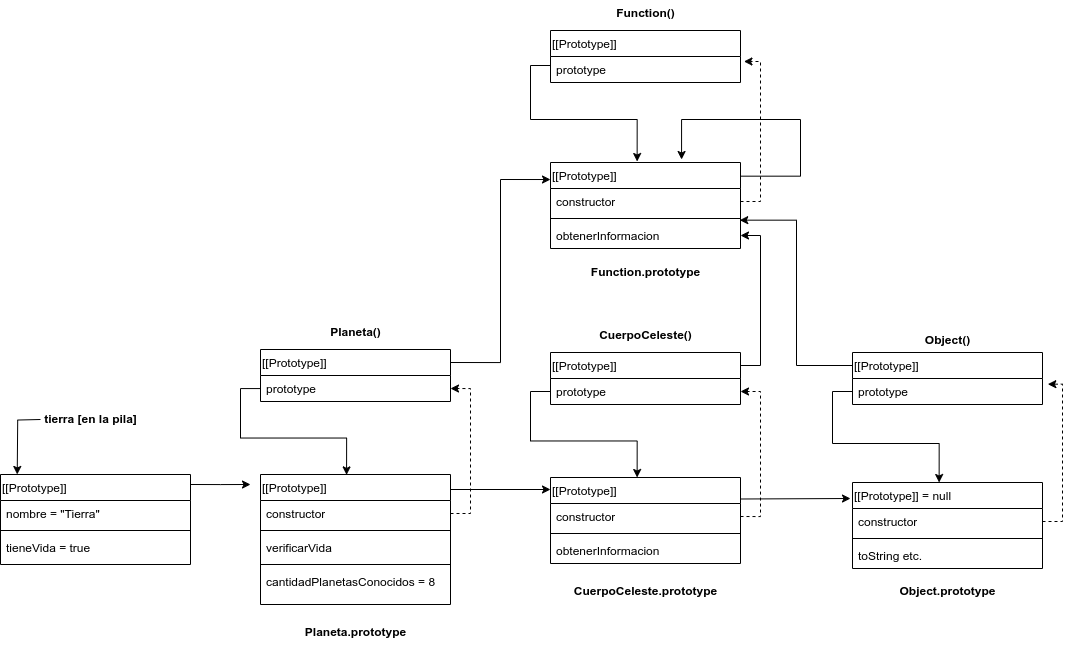
Before: docs/pages/_static/img/planetas-prototipos.png, a diagram exported from draw.io (jaspock/dai2324). Source tidied: cells renumbered, new cells last; positions are measured from the earlier drawing's top-left corner, leaving out a move shared by most shapes. Source of this version:
```xml
<mxGraphModel>
  <root>
    <mxCell id="0" />
    <mxCell id="1" parent="0" />
    <mxCell id="2" style="edgeStyle=orthogonalEdgeStyle;rounded=0;jettySize=auto;html=1;exitX=0.996;exitY=0.111;exitDx=0;exitDy=0;exitPerimeter=0;" parent="1" edge="1" source="3">
      <mxGeometry relative="1" as="geometry">
        <mxPoint x="250" y="484" as="targetPoint" />
      </mxGeometry>
    </mxCell>
    <mxCell id="3" value="&lt;span style=&quot;font-weight: normal;&quot;&gt;[[Prototype]]&lt;/span&gt;" style="swimlane;fontStyle=1;align=left;verticalAlign=top;horizontal=1;startSize=26;whiteSpace=wrap;html=1;" parent="1" vertex="1">
      <mxGeometry y="474" width="190" height="90" as="geometry" />
    </mxCell>
    <mxCell id="4" value="nombre = &quot;Tierra&quot;" style="text;strokeColor=none;fillColor=none;align=left;verticalAlign=top;spacingLeft=4;spacingRight=4;overflow=hidden;whiteSpace=wrap;html=1;" parent="3" vertex="1">
      <mxGeometry y="26" width="190" height="26" as="geometry" />
    </mxCell>
    <mxCell id="5" style="line;strokeWidth=1;fillColor=none;align=left;verticalAlign=middle;spacingTop=-1;spacingLeft=3;spacingRight=3;labelPosition=right;strokeColor=inherit;" parent="3" vertex="1">
      <mxGeometry y="52" width="190" height="8" as="geometry" />
    </mxCell>
    <mxCell id="6" value="tieneVida = true" style="text;strokeColor=none;fillColor=none;align=left;verticalAlign=top;spacingLeft=4;spacingRight=4;overflow=hidden;whiteSpace=wrap;html=1;" parent="3" vertex="1">
      <mxGeometry y="60" width="190" height="30" as="geometry" />
    </mxCell>
    <mxCell id="7" value="&lt;span style=&quot;font-weight: normal;&quot;&gt;[[Prototype]]&lt;/span&gt;" style="swimlane;fontStyle=1;align=left;verticalAlign=top;horizontal=1;startSize=26;whiteSpace=wrap;html=1;" parent="1" vertex="1">
      <mxGeometry x="260" y="474" width="190" height="130" as="geometry" />
    </mxCell>
    <mxCell id="8" value="constructor" style="text;strokeColor=none;fillColor=none;align=left;verticalAlign=top;spacingLeft=4;spacingRight=4;overflow=hidden;points=[[0,0.5],[1,0.5]];portConstraint=eastwest;whiteSpace=wrap;html=1;" parent="7" vertex="1">
      <mxGeometry y="26" width="190" height="26" as="geometry" />
    </mxCell>
    <mxCell id="9" style="line;strokeWidth=1;fillColor=none;align=left;verticalAlign=middle;spacingTop=-1;spacingLeft=3;spacingRight=3;labelPosition=right;strokeColor=inherit;" parent="7" vertex="1">
      <mxGeometry y="52" width="190" height="8" as="geometry" />
    </mxCell>
    <mxCell id="10" value="verificarVida" style="text;strokeColor=none;fillColor=none;align=left;verticalAlign=top;spacingLeft=4;spacingRight=4;overflow=hidden;whiteSpace=wrap;html=1;" parent="7" vertex="1">
      <mxGeometry y="60" width="190" height="26" as="geometry" />
    </mxCell>
    <mxCell id="11" style="line;strokeWidth=1;fillColor=none;align=left;verticalAlign=middle;spacingTop=-1;spacingLeft=3;spacingRight=3;labelPosition=right;strokeColor=inherit;" parent="7" vertex="1">
      <mxGeometry y="86" width="190" height="8" as="geometry" />
    </mxCell>
    <mxCell id="12" value="cantidadPlanetasConocidos = 8" style="text;strokeColor=none;fillColor=none;align=left;verticalAlign=top;spacingLeft=4;spacingRight=4;overflow=hidden;whiteSpace=wrap;html=1;" parent="7" vertex="1">
      <mxGeometry y="94" width="190" height="36" as="geometry" />
    </mxCell>
    <mxCell id="13" value="&lt;span style=&quot;font-weight: normal;&quot;&gt;[[Prototype]]&lt;/span&gt;" style="swimlane;fontStyle=1;align=left;verticalAlign=top;horizontal=1;startSize=26;whiteSpace=wrap;html=1;" parent="1" vertex="1">
      <mxGeometry x="260" y="349" width="190" height="52" as="geometry" />
    </mxCell>
    <mxCell id="14" value="prototype" style="text;strokeColor=none;fillColor=none;align=left;verticalAlign=top;spacingLeft=4;spacingRight=4;overflow=hidden;points=[[0,0.5],[1,0.5]];portConstraint=eastwest;whiteSpace=wrap;html=1;" parent="13" vertex="1">
      <mxGeometry y="26" width="190" height="26" as="geometry" />
    </mxCell>
    <mxCell id="15" value="Planeta()" style="text;align=center;fontStyle=1;verticalAlign=middle;spacingLeft=3;spacingRight=3;strokeColor=none;html=1;" parent="1" vertex="1">
      <mxGeometry x="315" y="319" width="80" height="26" as="geometry" />
    </mxCell>
    <mxCell id="16" value="&lt;span style=&quot;font-weight: normal;&quot;&gt;[[Prototype]]&lt;/span&gt;" style="swimlane;fontStyle=1;align=left;verticalAlign=top;horizontal=1;startSize=26;whiteSpace=wrap;html=1;" parent="1" vertex="1">
      <mxGeometry x="550" y="477" width="190" height="86" as="geometry" />
    </mxCell>
    <mxCell id="17" value="constructor" style="text;strokeColor=none;fillColor=none;align=left;verticalAlign=top;spacingLeft=4;spacingRight=4;overflow=hidden;points=[[0,0.5],[1,0.5]];portConstraint=eastwest;whiteSpace=wrap;html=1;" parent="16" vertex="1">
      <mxGeometry y="26" width="190" height="26" as="geometry" />
    </mxCell>
    <mxCell id="18" style="line;strokeWidth=1;fillColor=none;align=left;verticalAlign=middle;spacingTop=-1;spacingLeft=3;spacingRight=3;labelPosition=right;strokeColor=inherit;" parent="16" vertex="1">
      <mxGeometry y="52" width="190" height="8" as="geometry" />
    </mxCell>
    <mxCell id="19" value="obtenerInformacion" style="text;strokeColor=none;fillColor=none;align=left;verticalAlign=top;spacingLeft=4;spacingRight=4;overflow=hidden;whiteSpace=wrap;html=1;" parent="16" vertex="1">
      <mxGeometry y="60" width="190" height="26" as="geometry" />
    </mxCell>
    <mxCell id="20" style="edgeStyle=orthogonalEdgeStyle;rounded=0;jettySize=auto;html=1;exitX=1;exitY=0.25;exitDx=0;exitDy=0;entryX=1;entryY=0.5;entryDx=0;entryDy=0;" parent="1" edge="1" source="21" target="30">
      <mxGeometry relative="1" as="geometry" />
    </mxCell>
    <mxCell id="21" value="&lt;span style=&quot;font-weight: normal;&quot;&gt;[[Prototype]]&lt;/span&gt;" style="swimlane;fontStyle=1;align=left;verticalAlign=top;horizontal=1;startSize=26;whiteSpace=wrap;html=1;" parent="1" vertex="1">
      <mxGeometry x="550" y="352" width="190" height="52" as="geometry" />
    </mxCell>
    <mxCell id="22" value="prototype" style="text;strokeColor=none;fillColor=none;align=left;verticalAlign=top;spacingLeft=4;spacingRight=4;overflow=hidden;points=[[0,0.5],[1,0.5]];portConstraint=eastwest;whiteSpace=wrap;html=1;" parent="21" vertex="1">
      <mxGeometry y="26" width="190" height="26" as="geometry" />
    </mxCell>
    <mxCell id="23" value="CuerpoCeleste()" style="text;align=center;fontStyle=1;verticalAlign=middle;spacingLeft=3;spacingRight=3;strokeColor=none;html=1;" parent="1" vertex="1">
      <mxGeometry x="605" y="322" width="80" height="26" as="geometry" />
    </mxCell>
    <mxCell id="24" value="tierra [en la pila]" style="text;align=center;fontStyle=1;verticalAlign=middle;spacingLeft=3;spacingRight=3;strokeColor=none;html=1;" parent="1" vertex="1">
      <mxGeometry x="50" y="404" width="80" height="30" as="geometry" />
    </mxCell>
    <mxCell id="25" style="edgeStyle=orthogonalEdgeStyle;rounded=0;orthogonalLoop=1;jettySize=auto;html=1;entryX=0.088;entryY=0.033;entryDx=0;entryDy=0;entryPerimeter=0;" parent="1" edge="1">
      <mxGeometry relative="1" as="geometry">
        <mxPoint x="40" y="419" as="sourcePoint" />
        <mxPoint x="16.7" y="474" as="targetPoint" />
      </mxGeometry>
    </mxCell>
    <mxCell id="26" style="edgeStyle=orthogonalEdgeStyle;rounded=0;jettySize=auto;html=1;exitX=1.004;exitY=0.159;exitDx=0;exitDy=0;exitPerimeter=0;" parent="1" edge="1" source="27">
      <mxGeometry relative="1" as="geometry">
        <mxPoint x="680" y="159" as="targetPoint" />
        <Array as="points">
          <mxPoint x="800" y="176" />
          <mxPoint x="800" y="119" />
          <mxPoint x="681" y="119" />
          <mxPoint x="681" y="159" />
        </Array>
      </mxGeometry>
    </mxCell>
    <mxCell id="27" value="&lt;span style=&quot;font-weight: normal;&quot;&gt;[[Prototype]]&lt;/span&gt;" style="swimlane;fontStyle=1;align=left;verticalAlign=top;horizontal=1;startSize=26;whiteSpace=wrap;html=1;" parent="1" vertex="1">
      <mxGeometry x="550" y="162" width="190" height="86" as="geometry" />
    </mxCell>
    <mxCell id="28" value="constructor" style="text;strokeColor=none;fillColor=none;align=left;verticalAlign=top;spacingLeft=4;spacingRight=4;overflow=hidden;points=[[0,0.5],[1,0.5]];portConstraint=eastwest;whiteSpace=wrap;html=1;" parent="27" vertex="1">
      <mxGeometry y="26" width="190" height="26" as="geometry" />
    </mxCell>
    <mxCell id="29" style="line;strokeWidth=1;fillColor=none;align=left;verticalAlign=middle;spacingTop=-1;spacingLeft=3;spacingRight=3;labelPosition=right;points=[];portConstraint=eastwest;strokeColor=inherit;" parent="27" vertex="1">
      <mxGeometry y="52" width="190" height="8" as="geometry" />
    </mxCell>
    <mxCell id="30" value="obtenerInformacion" style="text;strokeColor=none;fillColor=none;align=left;verticalAlign=top;spacingLeft=4;spacingRight=4;overflow=hidden;points=[[0,0.5],[1,0.5]];portConstraint=eastwest;whiteSpace=wrap;html=1;" parent="27" vertex="1">
      <mxGeometry y="60" width="190" height="26" as="geometry" />
    </mxCell>
    <mxCell id="31" value="&lt;span style=&quot;font-weight: normal;&quot;&gt;[[Prototype]]&lt;/span&gt;" style="swimlane;fontStyle=1;align=left;verticalAlign=top;horizontal=1;startSize=26;whiteSpace=wrap;html=1;" parent="1" vertex="1">
      <mxGeometry x="550" y="30" width="190" height="52" as="geometry" />
    </mxCell>
    <mxCell id="32" value="prototype" style="text;strokeColor=none;fillColor=none;align=left;verticalAlign=top;spacingLeft=4;spacingRight=4;overflow=hidden;points=[[0,0.5],[1,0.5]];portConstraint=eastwest;whiteSpace=wrap;html=1;" parent="31" vertex="1">
      <mxGeometry y="26" width="190" height="26" as="geometry" />
    </mxCell>
    <mxCell id="33" value="Function()" style="text;align=center;fontStyle=1;verticalAlign=middle;spacingLeft=3;spacingRight=3;strokeColor=none;html=1;" parent="1" vertex="1">
      <mxGeometry x="605" width="80" height="26" as="geometry" />
    </mxCell>
    <mxCell id="34" style="edgeStyle=orthogonalEdgeStyle;rounded=0;jettySize=auto;html=1;exitX=1;exitY=0.25;exitDx=0;exitDy=0;entryX=0;entryY=0.198;entryDx=0;entryDy=0;entryPerimeter=0;" parent="1" edge="1" source="13" target="27">
      <mxGeometry relative="1" as="geometry" />
    </mxCell>
    <mxCell id="35" style="edgeStyle=orthogonalEdgeStyle;rounded=0;jettySize=auto;html=1;entryX=0.456;entryY=0;entryDx=0;entryDy=0;entryPerimeter=0;" parent="1" edge="1" source="22" target="16">
      <mxGeometry relative="1" as="geometry" />
    </mxCell>
    <mxCell id="36" style="edgeStyle=orthogonalEdgeStyle;rounded=0;jettySize=auto;html=1;entryX=0.453;entryY=0.003;entryDx=0;entryDy=0;entryPerimeter=0;" parent="1" edge="1" source="14" target="7">
      <mxGeometry relative="1" as="geometry" />
    </mxCell>
    <mxCell id="37" style="edgeStyle=orthogonalEdgeStyle;rounded=0;orthogonalLoop=1;jettySize=auto;html=1;entryX=0.456;entryY=0.035;entryDx=0;entryDy=0;entryPerimeter=0;" parent="1" edge="1">
      <mxGeometry relative="1" as="geometry">
        <mxPoint x="550" y="65" as="sourcePoint" />
        <mxPoint x="636.6" y="161" as="targetPoint" />
        <Array as="points">
          <mxPoint x="530" y="65" />
          <mxPoint x="530" y="119" />
          <mxPoint x="637" y="119" />
        </Array>
      </mxGeometry>
    </mxCell>
    <mxCell id="38" value="&lt;span style=&quot;font-weight: normal;&quot;&gt;[[Prototype]] = null&lt;/span&gt;" style="swimlane;fontStyle=1;align=left;verticalAlign=top;horizontal=1;startSize=26;whiteSpace=wrap;html=1;" parent="1" vertex="1">
      <mxGeometry x="852" y="482" width="190" height="86" as="geometry" />
    </mxCell>
    <mxCell id="39" value="constructor" style="text;strokeColor=none;fillColor=none;align=left;verticalAlign=top;spacingLeft=4;spacingRight=4;overflow=hidden;points=[[0,0.5],[1,0.5]];portConstraint=eastwest;whiteSpace=wrap;html=1;" parent="38" vertex="1">
      <mxGeometry y="26" width="190" height="26" as="geometry" />
    </mxCell>
    <mxCell id="40" style="line;strokeWidth=1;fillColor=none;align=left;verticalAlign=middle;spacingTop=-1;spacingLeft=3;spacingRight=3;labelPosition=right;strokeColor=inherit;" parent="38" vertex="1">
      <mxGeometry y="52" width="190" height="8" as="geometry" />
    </mxCell>
    <mxCell id="41" value="toString etc." style="text;strokeColor=none;fillColor=none;align=left;verticalAlign=top;spacingLeft=4;spacingRight=4;overflow=hidden;whiteSpace=wrap;html=1;" parent="38" vertex="1">
      <mxGeometry y="60" width="190" height="26" as="geometry" />
    </mxCell>
    <mxCell id="42" value="&lt;span style=&quot;font-weight: normal;&quot;&gt;[[Prototype]]&lt;/span&gt;" style="swimlane;fontStyle=1;align=left;verticalAlign=top;horizontal=1;startSize=26;whiteSpace=wrap;html=1;" parent="1" vertex="1">
      <mxGeometry x="852" y="352" width="190" height="52" as="geometry" />
    </mxCell>
    <mxCell id="43" value="prototype" style="text;strokeColor=none;fillColor=none;align=left;verticalAlign=top;spacingLeft=4;spacingRight=4;overflow=hidden;points=[[0,0.5],[1,0.5]];portConstraint=eastwest;whiteSpace=wrap;html=1;" parent="42" vertex="1">
      <mxGeometry y="26" width="190" height="26" as="geometry" />
    </mxCell>
    <mxCell id="44" value="Object()" style="text;align=center;fontStyle=1;verticalAlign=middle;spacingLeft=3;spacingRight=3;strokeColor=none;html=1;" parent="1" vertex="1">
      <mxGeometry x="907" y="327" width="80" height="26" as="geometry" />
    </mxCell>
    <mxCell id="45" style="edgeStyle=orthogonalEdgeStyle;rounded=0;jettySize=auto;html=1;entryX=0.456;entryY=0;entryDx=0;entryDy=0;entryPerimeter=0;" parent="1" edge="1" source="43" target="38">
      <mxGeometry relative="1" as="geometry" />
    </mxCell>
    <mxCell id="46" style="edgeStyle=orthogonalEdgeStyle;rounded=0;jettySize=auto;html=1;exitX=0;exitY=0.25;exitDx=0;exitDy=0;entryX=0.996;entryY=0.708;entryDx=0;entryDy=0;entryPerimeter=0;" parent="1" edge="1" source="42" target="29">
      <mxGeometry relative="1" as="geometry" />
    </mxCell>
    <mxCell id="47" style="edgeStyle=orthogonalEdgeStyle;rounded=0;jettySize=auto;html=1;exitX=1;exitY=0.25;exitDx=0;exitDy=0;" parent="1" edge="1" source="16">
      <mxGeometry relative="1" as="geometry">
        <mxPoint x="850" y="498" as="targetPoint" />
      </mxGeometry>
    </mxCell>
    <mxCell id="48" style="edgeStyle=orthogonalEdgeStyle;rounded=0;orthogonalLoop=1;jettySize=auto;html=1;" parent="1" edge="1">
      <mxGeometry relative="1" as="geometry">
        <mxPoint x="450" y="489" as="sourcePoint" />
        <mxPoint x="550" y="489" as="targetPoint" />
      </mxGeometry>
    </mxCell>
    <mxCell id="49" style="edgeStyle=orthogonalEdgeStyle;rounded=0;jettySize=auto;html=1;exitX=1;exitY=0.5;exitDx=0;exitDy=0;entryX=1;entryY=0.5;entryDx=0;entryDy=0;dashed=1;" parent="1" edge="1" source="8" target="14">
      <mxGeometry relative="1" as="geometry" />
    </mxCell>
    <mxCell id="50" style="edgeStyle=orthogonalEdgeStyle;rounded=0;jettySize=auto;html=1;exitX=1;exitY=0.5;exitDx=0;exitDy=0;entryX=1;entryY=0.5;entryDx=0;entryDy=0;dashed=1;" parent="1" edge="1" source="17" target="22">
      <mxGeometry relative="1" as="geometry" />
    </mxCell>
    <mxCell id="51" style="edgeStyle=orthogonalEdgeStyle;rounded=0;jettySize=auto;html=1;exitX=1;exitY=0.5;exitDx=0;exitDy=0;entryX=1.028;entryY=0.218;entryDx=0;entryDy=0;entryPerimeter=0;dashed=1;" parent="1" edge="1" source="39" target="43">
      <mxGeometry relative="1" as="geometry" />
    </mxCell>
    <mxCell id="52" style="edgeStyle=orthogonalEdgeStyle;rounded=0;jettySize=auto;html=1;exitX=1;exitY=0.5;exitDx=0;exitDy=0;entryX=1.018;entryY=0.192;entryDx=0;entryDy=0;entryPerimeter=0;dashed=1;" parent="1" edge="1" source="28" target="32">
      <mxGeometry relative="1" as="geometry" />
    </mxCell>
    <mxCell id="53" value="Planeta.prototype" style="text;align=center;fontStyle=1;verticalAlign=middle;spacingLeft=3;spacingRight=3;strokeColor=none;html=1;" parent="1" vertex="1">
      <mxGeometry x="315" y="619" width="80" height="26" as="geometry" />
    </mxCell>
    <mxCell id="54" value="CuerpoCeleste.prototype" style="text;align=center;fontStyle=1;verticalAlign=middle;spacingLeft=3;spacingRight=3;strokeColor=none;html=1;" parent="1" vertex="1">
      <mxGeometry x="605" y="578" width="80" height="26" as="geometry" />
    </mxCell>
    <mxCell id="55" value="Object.prototype" style="text;align=center;fontStyle=1;verticalAlign=middle;spacingLeft=3;spacingRight=3;strokeColor=none;html=1;" parent="1" vertex="1">
      <mxGeometry x="907" y="578" width="80" height="26" as="geometry" />
    </mxCell>
    <mxCell id="56" value="Function.prototype" style="text;align=center;fontStyle=1;verticalAlign=middle;spacingLeft=3;spacingRight=3;strokeColor=none;html=1;" parent="1" vertex="1">
      <mxGeometry x="605" y="259" width="80" height="26" as="geometry" />
    </mxCell>
  </root>
</mxGraphModel>
```
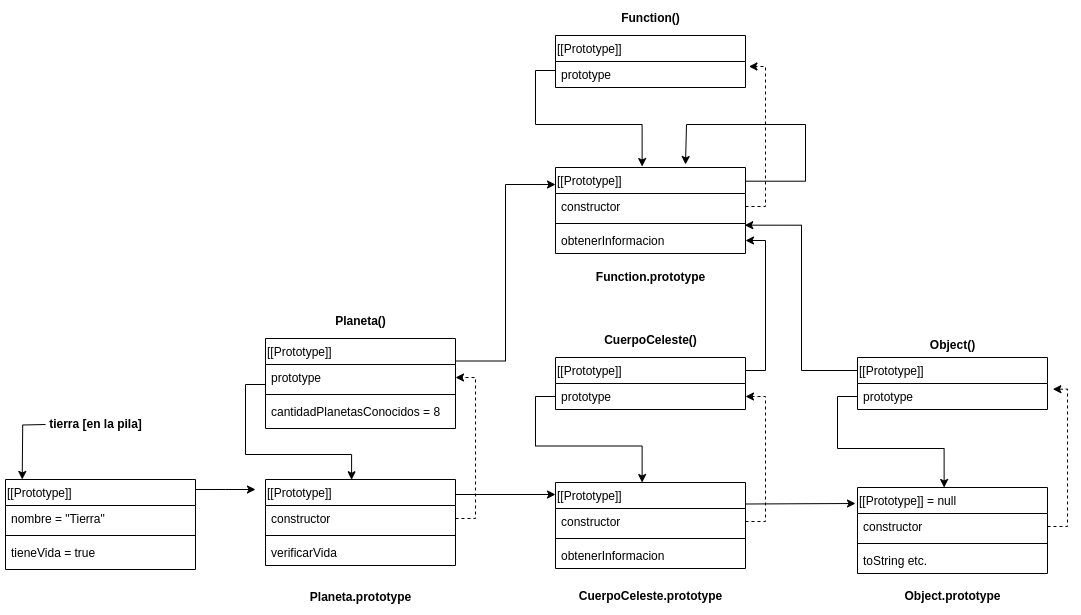
After the commit.

Diff of the diagram source:
```diff
@@ -20,7 +20,7 @@
       <mxGeometry y="60" width="190" height="30" as="geometry" />
     </mxCell>
     <mxCell id="7" value="&lt;span style=&quot;font-weight: normal;&quot;&gt;[[Prototype]]&lt;/span&gt;" style="swimlane;fontStyle=1;align=left;verticalAlign=top;horizontal=1;startSize=26;whiteSpace=wrap;html=1;" parent="1" vertex="1">
-      <mxGeometry x="260" y="474" width="190" height="130" as="geometry" />
+      <mxGeometry x="260" y="474" width="190" height="86" as="geometry" />
     </mxCell>
     <mxCell id="8" value="constructor" style="text;strokeColor=none;fillColor=none;align=left;verticalAlign=top;spacingLeft=4;spacingRight=4;overflow=hidden;points=[[0,0.5],[1,0.5]];portConstraint=eastwest;whiteSpace=wrap;html=1;" parent="7" vertex="1">
       <mxGeometry y="26" width="190" height="26" as="geometry" />
@@ -31,20 +31,20 @@
     <mxCell id="10" value="verificarVida" style="text;strokeColor=none;fillColor=none;align=left;verticalAlign=top;spacingLeft=4;spacingRight=4;overflow=hidden;whiteSpace=wrap;html=1;" parent="7" vertex="1">
       <mxGeometry y="60" width="190" height="26" as="geometry" />
     </mxCell>
-    <mxCell id="11" style="line;strokeWidth=1;fillColor=none;align=left;verticalAlign=middle;spacingTop=-1;spacingLeft=3;spacingRight=3;labelPosition=right;strokeColor=inherit;" parent="7" vertex="1">
-      <mxGeometry y="86" width="190" height="8" as="geometry" />
-    </mxCell>
-    <mxCell id="12" value="cantidadPlanetasConocidos = 8" style="text;strokeColor=none;fillColor=none;align=left;verticalAlign=top;spacingLeft=4;spacingRight=4;overflow=hidden;whiteSpace=wrap;html=1;" parent="7" vertex="1">
-      <mxGeometry y="94" width="190" height="36" as="geometry" />
-    </mxCell>
     <mxCell id="13" value="&lt;span style=&quot;font-weight: normal;&quot;&gt;[[Prototype]]&lt;/span&gt;" style="swimlane;fontStyle=1;align=left;verticalAlign=top;horizontal=1;startSize=26;whiteSpace=wrap;html=1;" parent="1" vertex="1">
-      <mxGeometry x="260" y="349" width="190" height="52" as="geometry" />
+      <mxGeometry x="260" y="333" width="190" height="90" as="geometry" />
     </mxCell>
     <mxCell id="14" value="prototype" style="text;strokeColor=none;fillColor=none;align=left;verticalAlign=top;spacingLeft=4;spacingRight=4;overflow=hidden;points=[[0,0.5],[1,0.5]];portConstraint=eastwest;whiteSpace=wrap;html=1;" parent="13" vertex="1">
       <mxGeometry y="26" width="190" height="26" as="geometry" />
     </mxCell>
+    <mxCell id="57" style="line;strokeWidth=1;fillColor=none;align=left;verticalAlign=middle;spacingTop=-1;spacingLeft=3;spacingRight=3;labelPosition=right;strokeColor=inherit;" parent="13" vertex="1">
+      <mxGeometry y="52" width="190" height="8" as="geometry" />
+    </mxCell>
+    <mxCell id="12" value="cantidadPlanetasConocidos = 8" style="text;strokeColor=none;fillColor=none;align=left;verticalAlign=top;spacingLeft=4;spacingRight=4;overflow=hidden;whiteSpace=wrap;html=1;" parent="13" vertex="1">
+      <mxGeometry y="60" width="190" height="30" as="geometry" />
+    </mxCell>
     <mxCell id="15" value="Planeta()" style="text;align=center;fontStyle=1;verticalAlign=middle;spacingLeft=3;spacingRight=3;strokeColor=none;html=1;" parent="1" vertex="1">
-      <mxGeometry x="315" y="319" width="80" height="26" as="geometry" />
+      <mxGeometry x="315" y="303" width="80" height="26" as="geometry" />
     </mxCell>
     <mxCell id="16" value="&lt;span style=&quot;font-weight: normal;&quot;&gt;[[Prototype]]&lt;/span&gt;" style="swimlane;fontStyle=1;align=left;verticalAlign=top;horizontal=1;startSize=26;whiteSpace=wrap;html=1;" parent="1" vertex="1">
       <mxGeometry x="550" y="477" width="190" height="86" as="geometry" />
@@ -117,8 +117,15 @@
     <mxCell id="35" style="edgeStyle=orthogonalEdgeStyle;rounded=0;jettySize=auto;html=1;entryX=0.456;entryY=0;entryDx=0;entryDy=0;entryPerimeter=0;" parent="1" edge="1" source="22" target="16">
       <mxGeometry relative="1" as="geometry" />
     </mxCell>
-    <mxCell id="36" style="edgeStyle=orthogonalEdgeStyle;rounded=0;jettySize=auto;html=1;entryX=0.453;entryY=0.003;entryDx=0;entryDy=0;entryPerimeter=0;" parent="1" edge="1" source="14" target="7">
-      <mxGeometry relative="1" as="geometry" />
+    <mxCell id="36" style="edgeStyle=orthogonalEdgeStyle;rounded=0;jettySize=auto;html=1;entryX=0.453;entryY=0.003;entryDx=0;entryDy=0;entryPerimeter=0;exitX=0;exitY=0.5;exitDx=0;exitDy=0;" parent="1" edge="1" source="14" target="7">
+      <mxGeometry relative="1" as="geometry">
+        <Array as="points">
+          <mxPoint x="260" y="379" />
+          <mxPoint x="240" y="379" />
+          <mxPoint x="240" y="449" />
+          <mxPoint x="346" y="449" />
+        </Array>
+      </mxGeometry>
     </mxCell>
     <mxCell id="37" style="edgeStyle=orthogonalEdgeStyle;rounded=0;orthogonalLoop=1;jettySize=auto;html=1;entryX=0.456;entryY=0.035;entryDx=0;entryDy=0;entryPerimeter=0;" parent="1" edge="1">
       <mxGeometry relative="1" as="geometry">
@@ -182,7 +189,7 @@
       <mxGeometry relative="1" as="geometry" />
     </mxCell>
     <mxCell id="53" value="Planeta.prototype" style="text;align=center;fontStyle=1;verticalAlign=middle;spacingLeft=3;spacingRight=3;strokeColor=none;html=1;" parent="1" vertex="1">
-      <mxGeometry x="315" y="619" width="80" height="26" as="geometry" />
+      <mxGeometry x="315" y="579" width="80" height="26" as="geometry" />
     </mxCell>
     <mxCell id="54" value="CuerpoCeleste.prototype" style="text;align=center;fontStyle=1;verticalAlign=middle;spacingLeft=3;spacingRight=3;strokeColor=none;html=1;" parent="1" vertex="1">
       <mxGeometry x="605" y="578" width="80" height="26" as="geometry" />
```
